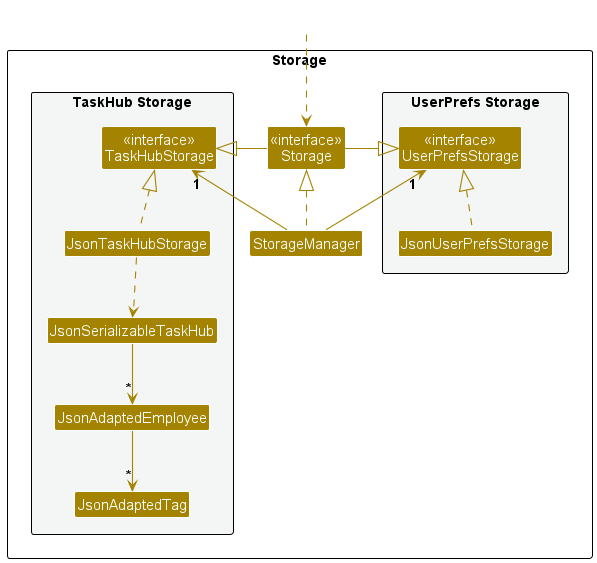
The PlantUML diagram docs/images/StorageClassDiagram.png in rayyan35p/tp, before a commit.
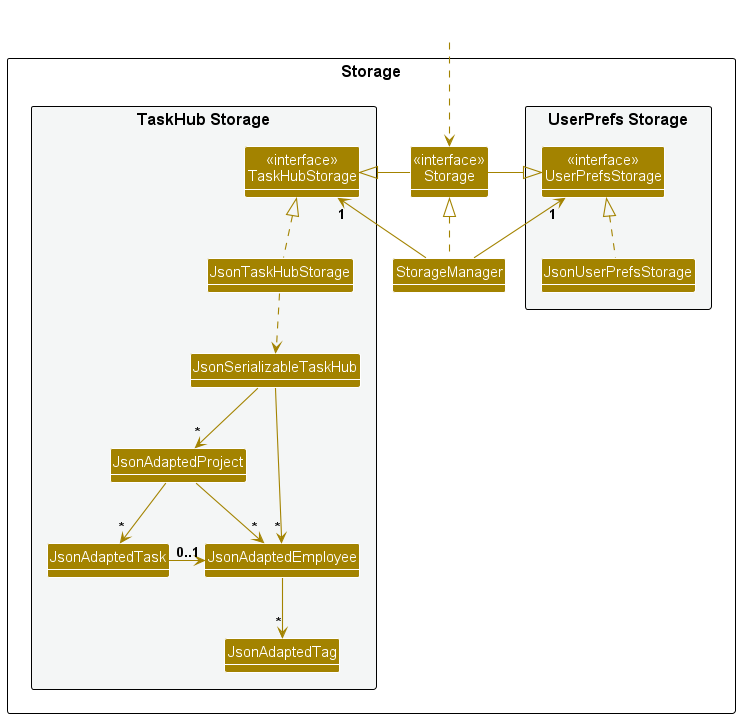
The same file after the commit.

Commit message:
Export Storage Class Diagram

Diff of the diagram source:
```diff
@@ -19,6 +19,8 @@
 Class JsonTaskHubStorage
 Class JsonSerializableTaskHub
 Class JsonAdaptedEmployee
+Class JsonAdaptedProject
+Class JsonAdaptedTask
 Class JsonAdaptedTag
 }
 
@@ -38,6 +40,10 @@
 JsonTaskHubStorage .up.|> TaskHubStorage
 JsonTaskHubStorage ..> JsonSerializableTaskHub
 JsonSerializableTaskHub --> "*" JsonAdaptedEmployee
+JsonSerializableTaskHub --> "*" JsonAdaptedProject
+JsonAdaptedProject --> "*" JsonAdaptedTask
+JsonAdaptedProject --> "*" JsonAdaptedEmployee
+JsonAdaptedTask -right-> "0..1" JsonAdaptedEmployee
 JsonAdaptedEmployee --> "*" JsonAdaptedTag
 
 @enduml
```
